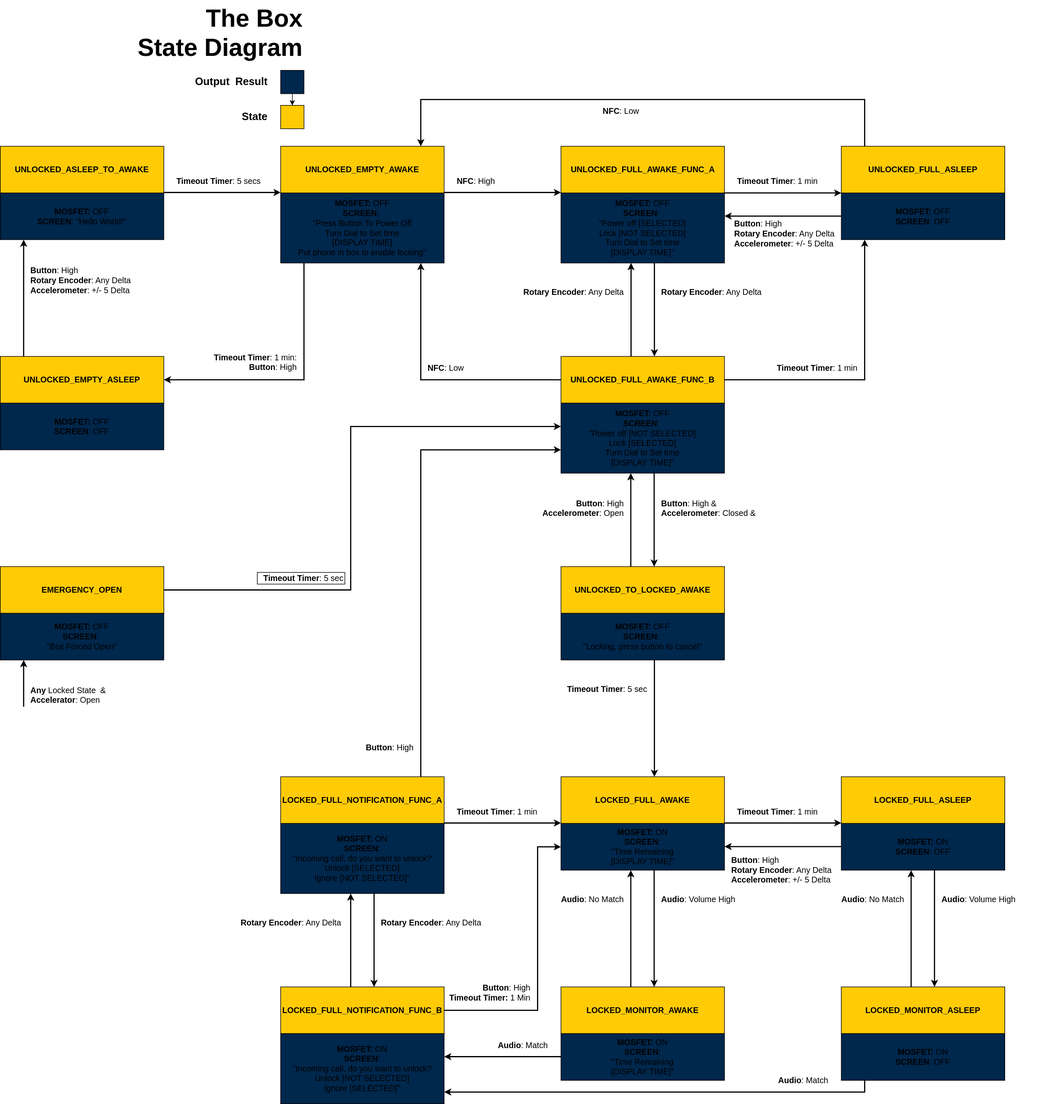
Before: graphics/StateDriagram.svg, a diagram exported from draw.io (ColinRiker/373Project_PhoneLockBox). Source tidied: cells renumbered, new cells last; positions are measured from the earlier drawing's top-left corner, leaving out a move shared by most shapes.
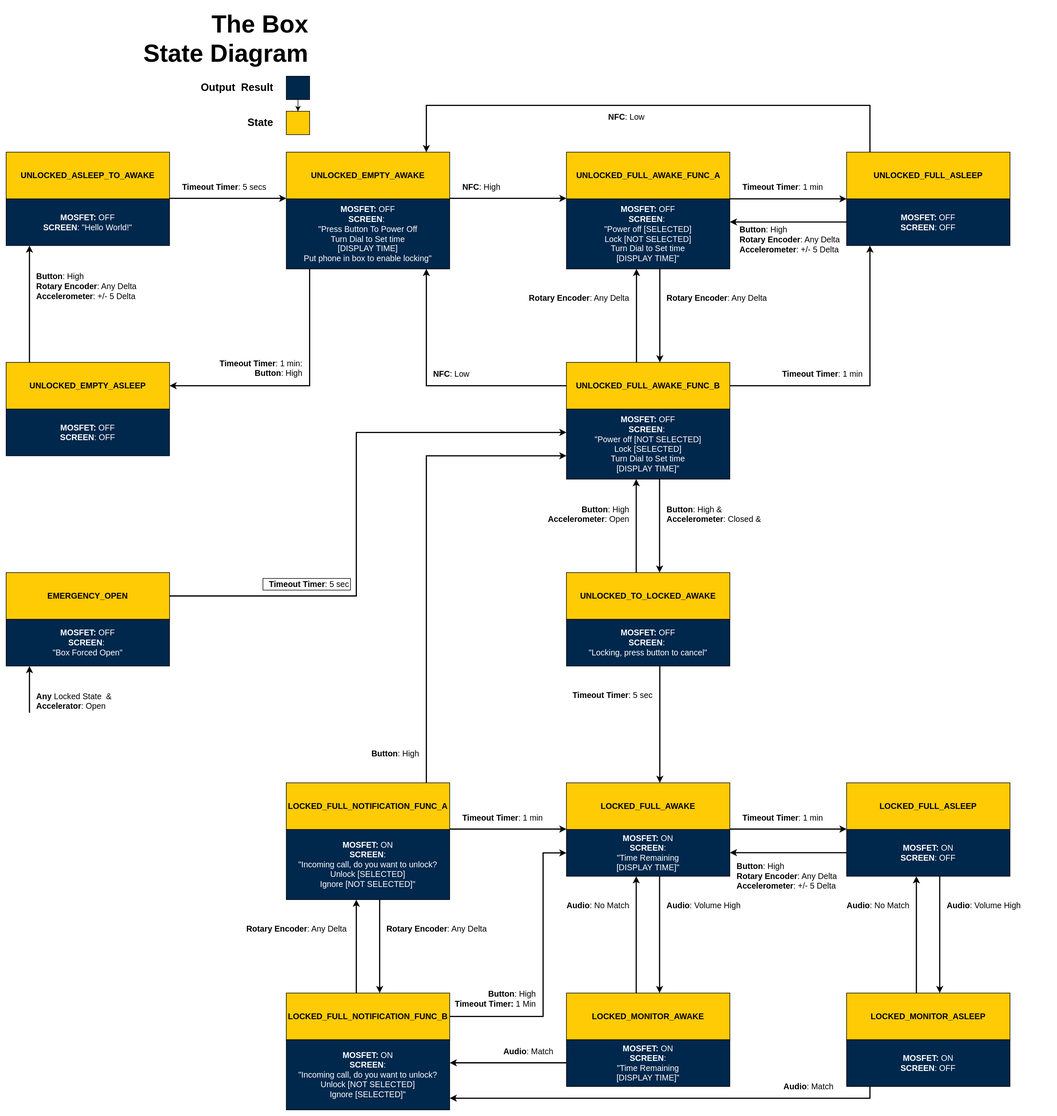
After the change.

What changed in the source:
```diff
@@ -56,16 +56,16 @@
     <mxCell id="19" value="&lt;span style=&quot;font-size: 14px;&quot;&gt;EMERGENCY_OPEN&lt;/span&gt;" style="rounded=0;whiteSpace=wrap;html=1;fontStyle=1;fillColor=light-dark(#FFCB05,#FFCB05);strokeColor=light-dark(#000000,#000000);fontColor=light-dark(#000000,#000000);" parent="1" vertex="1">
       <mxGeometry y="970" width="280" height="80" as="geometry" />
     </mxCell>
-    <mxCell id="20" value="&lt;font style=&quot;font-size: 14px;&quot;&gt;&lt;b style=&quot;&quot;&gt;MOSFET:&lt;/b&gt; OFF&lt;br&gt;&lt;b style=&quot;&quot;&gt;SCREEN&lt;/b&gt;: OFF&lt;/font&gt;" style="rounded=0;whiteSpace=wrap;html=1;strokeColor=light-dark(#000000,#000000);fillColor=light-dark(#00274C,#00274C);fontColor=light-dark(#000000,#FFFFFF);" parent="1" vertex="1">
+    <mxCell id="20" value="&lt;font style=&quot;font-size: 14px; color: rgb(255, 255, 255);&quot;&gt;&lt;b style=&quot;&quot;&gt;MOSFET:&lt;/b&gt; OFF&lt;br&gt;&lt;b style=&quot;&quot;&gt;SCREEN&lt;/b&gt;: OFF&lt;/font&gt;" style="rounded=0;whiteSpace=wrap;html=1;strokeColor=light-dark(#000000,#000000);fillColor=light-dark(#00274C,#00274C);fontColor=light-dark(#000000,#FFFFFF);" parent="1" vertex="1">
       <mxGeometry y="690" width="280" height="80" as="geometry" />
     </mxCell>
-    <mxCell id="21" value="&lt;font style=&quot;font-size: 14px;&quot;&gt;&lt;b style=&quot;&quot;&gt;MOSFET:&lt;/b&gt; OFF&lt;br&gt;&lt;b style=&quot;&quot;&gt;SCREEN&lt;/b&gt;: &quot;Hello World!&quot;&lt;/font&gt;" style="rounded=0;whiteSpace=wrap;html=1;strokeColor=light-dark(#000000,#000000);fillColor=light-dark(#00274C,#00274C);fontColor=light-dark(#000000, #fcfcfc);" parent="1" vertex="1">
+    <mxCell id="21" value="&lt;font style=&quot;font-size: 14px; color: rgb(255, 255, 255);&quot;&gt;&lt;b style=&quot;&quot;&gt;MOSFET:&lt;/b&gt; OFF&lt;br&gt;&lt;b style=&quot;&quot;&gt;SCREEN&lt;/b&gt;: &quot;Hello World!&quot;&lt;/font&gt;" style="rounded=0;whiteSpace=wrap;html=1;strokeColor=light-dark(#000000,#000000);fillColor=light-dark(#00274C,#00274C);fontColor=light-dark(#000000, #fcfcfc);" parent="1" vertex="1">
       <mxGeometry y="330" width="280" height="80" as="geometry" />
     </mxCell>
-    <mxCell id="22" value="&lt;font style=&quot;font-size: 14px;&quot;&gt;&lt;b style=&quot;&quot;&gt;MOSFET:&lt;/b&gt; OFF&lt;br&gt;&lt;b style=&quot;&quot;&gt;SCREEN&lt;/b&gt;:&amp;nbsp;&lt;br&gt;&quot;Press Button To Power Off&lt;br&gt;Turn Dial to Set time&lt;br&gt;[DISPLAY TIME]&lt;br&gt;Put phone in box to enable locking&quot;&lt;/font&gt;" style="rounded=0;whiteSpace=wrap;html=1;strokeColor=light-dark(#000000,#000000);fillColor=light-dark(#00274C,#00274C);fontColor=light-dark(#000000,#F9F9F9);" parent="1" vertex="1">
+    <mxCell id="22" value="&lt;font style=&quot;font-size: 14px; color: rgb(255, 255, 255);&quot;&gt;&lt;b style=&quot;&quot;&gt;MOSFET:&lt;/b&gt; OFF&lt;br&gt;&lt;b style=&quot;&quot;&gt;SCREEN&lt;/b&gt;:&amp;nbsp;&lt;br&gt;&quot;Press Button To Power Off&lt;br&gt;Turn Dial to Set time&lt;br&gt;[DISPLAY TIME]&lt;br&gt;Put phone in box to enable locking&quot;&lt;/font&gt;" style="rounded=0;whiteSpace=wrap;html=1;strokeColor=light-dark(#000000,#000000);fillColor=light-dark(#00274C,#00274C);fontColor=light-dark(#000000,#F9F9F9);" parent="1" vertex="1">
       <mxGeometry x="480" y="330" width="280" height="120" as="geometry" />
     </mxCell>
-    <mxCell id="23" value="&lt;font style=&quot;font-size: 14px;&quot;&gt;&lt;b style=&quot;&quot;&gt;MOSFET:&lt;/b&gt; OFF&lt;br&gt;&lt;b style=&quot;&quot;&gt;SCREEN&lt;/b&gt;: OFF&lt;/font&gt;" style="rounded=0;whiteSpace=wrap;html=1;strokeColor=light-dark(#000000,#000000);fillColor=light-dark(#00274C,#00274C);fontColor=light-dark(#000000,#FFFFFF);" parent="1" vertex="1">
+    <mxCell id="23" value="&lt;font style=&quot;font-size: 14px; color: rgb(255, 255, 255);&quot;&gt;&lt;b style=&quot;&quot;&gt;MOSFET:&lt;/b&gt; OFF&lt;br&gt;&lt;b style=&quot;&quot;&gt;SCREEN&lt;/b&gt;: OFF&lt;/font&gt;" style="rounded=0;whiteSpace=wrap;html=1;strokeColor=light-dark(#000000,#000000);fillColor=light-dark(#00274C,#00274C);fontColor=light-dark(#000000,#FFFFFF);" parent="1" vertex="1">
       <mxGeometry x="1440" y="330" width="280" height="80" as="geometry" />
     </mxCell>
     <mxCell id="24" value="&lt;font style=&quot;font-size: 14px;&quot;&gt;UNLOCKED_FULL_AWAKE_FUNC_B&lt;/font&gt;" style="rounded=0;whiteSpace=wrap;html=1;fontStyle=1;fillColor=light-dark(#FFCB05,#FFCB05);strokeColor=light-dark(#000000,#000000);fontColor=light-dark(#000000,#000000);" parent="1" vertex="1">
@@ -74,34 +74,34 @@
     <mxCell id="25" value="&lt;font style=&quot;font-size: 14px;&quot;&gt;LOCKED_FULL_NOTIFICATION_FUNC_B&lt;/font&gt;" style="rounded=0;whiteSpace=wrap;html=1;fontStyle=1;fillColor=light-dark(#FFCB05,#FFCB05);strokeColor=light-dark(#000000,#000000);fontColor=light-dark(#000000,#000000);" parent="1" vertex="1">
       <mxGeometry x="480" y="1690" width="280" height="80" as="geometry" />
     </mxCell>
-    <mxCell id="26" value="&lt;font style=&quot;font-size: 14px;&quot;&gt;&lt;b style=&quot;&quot;&gt;MOSFET:&lt;/b&gt; OFF&lt;br&gt;&lt;b style=&quot;&quot;&gt;SCREEN&lt;/b&gt;:&amp;nbsp;&lt;br&gt;&quot;Power off [SELECTED]&lt;br&gt;Lock [NOT SELECTED]&lt;br&gt;Turn Dial to Set time&lt;br&gt;[DISPLAY TIME]&quot;&lt;/font&gt;" style="rounded=0;whiteSpace=wrap;html=1;strokeColor=light-dark(#000000,#000000);fillColor=light-dark(#00274C,#00274C);fontColor=light-dark(#000000, #ffffff);" parent="1" vertex="1">
+    <mxCell id="26" value="&lt;font style=&quot;font-size: 14px; color: rgb(255, 255, 255);&quot;&gt;&lt;b style=&quot;&quot;&gt;MOSFET:&lt;/b&gt; OFF&lt;br&gt;&lt;b style=&quot;&quot;&gt;SCREEN&lt;/b&gt;:&amp;nbsp;&lt;br&gt;&quot;Power off [SELECTED]&lt;br&gt;Lock [NOT SELECTED]&lt;br&gt;Turn Dial to Set time&lt;br&gt;[DISPLAY TIME]&quot;&lt;/font&gt;" style="rounded=0;whiteSpace=wrap;html=1;strokeColor=light-dark(#000000,#000000);fillColor=light-dark(#00274C,#00274C);fontColor=light-dark(#000000, #ffffff);" parent="1" vertex="1">
       <mxGeometry x="960" y="330" width="280" height="120" as="geometry" />
     </mxCell>
-    <mxCell id="27" value="&lt;font style=&quot;font-size: 14px;&quot;&gt;&lt;b style=&quot;&quot;&gt;MOSFET:&lt;/b&gt; OFF&lt;br&gt;&lt;b style=&quot;&quot;&gt;SCREEN&lt;/b&gt;:&amp;nbsp;&lt;br&gt;&quot;Power off [NOT SELECTED]&lt;br&gt;Lock [SELECTED]&lt;br&gt;Turn Dial to Set time&lt;br&gt;[DISPLAY TIME]&quot;&lt;/font&gt;" style="rounded=0;whiteSpace=wrap;html=1;strokeColor=light-dark(#000000,#000000);fillColor=light-dark(#00274C,#00274C);fontColor=light-dark(#000000, #ffffff);" parent="1" vertex="1">
+    <mxCell id="27" value="&lt;font style=&quot;font-size: 14px; color: rgb(255, 255, 255);&quot;&gt;&lt;b style=&quot;&quot;&gt;MOSFET:&lt;/b&gt; OFF&lt;br&gt;&lt;b style=&quot;&quot;&gt;SCREEN&lt;/b&gt;:&amp;nbsp;&lt;br&gt;&quot;Power off [NOT SELECTED]&lt;br&gt;Lock [SELECTED]&lt;br&gt;Turn Dial to Set time&lt;br&gt;[DISPLAY TIME]&quot;&lt;/font&gt;" style="rounded=0;whiteSpace=wrap;html=1;strokeColor=light-dark(#000000,#000000);fillColor=light-dark(#00274C,#00274C);fontColor=light-dark(#000000, #ffffff);" parent="1" vertex="1">
       <mxGeometry x="960" y="690" width="280" height="120" as="geometry" />
     </mxCell>
-    <mxCell id="28" value="&lt;font style=&quot;font-size: 14px;&quot;&gt;&lt;b style=&quot;&quot;&gt;MOSFET:&lt;/b&gt;&amp;nbsp;ON&lt;br&gt;&lt;b style=&quot;&quot;&gt;SCREEN&lt;/b&gt;:&lt;br&gt;&quot;Time Remaining&lt;br&gt;[DISPLAY TIME]&quot;&lt;/font&gt;" style="rounded=0;whiteSpace=wrap;html=1;strokeColor=light-dark(#000000,#000000);fillColor=light-dark(#00274C,#00274C);fontColor=light-dark(#000000,#FFFFFF);" parent="1" vertex="1">
+    <mxCell id="28" value="&lt;font style=&quot;font-size: 14px; color: rgb(255, 255, 255);&quot;&gt;&lt;b style=&quot;&quot;&gt;MOSFET:&lt;/b&gt;&amp;nbsp;ON&lt;br&gt;&lt;b style=&quot;&quot;&gt;SCREEN&lt;/b&gt;:&lt;br&gt;&quot;Time Remaining&lt;br&gt;[DISPLAY TIME]&quot;&lt;/font&gt;" style="rounded=0;whiteSpace=wrap;html=1;strokeColor=light-dark(#000000,#000000);fillColor=light-dark(#00274C,#00274C);fontColor=light-dark(#000000,#FFFFFF);" parent="1" vertex="1">
       <mxGeometry x="960" y="1410" width="280" height="80" as="geometry" />
     </mxCell>
-    <mxCell id="29" value="&lt;font style=&quot;font-size: 14px;&quot;&gt;&lt;b style=&quot;&quot;&gt;MOSFET:&lt;/b&gt;&amp;nbsp;ON&lt;br&gt;&lt;b style=&quot;&quot;&gt;SCREEN&lt;/b&gt;:&lt;br&gt;&quot;Time Remaining&lt;br&gt;[DISPLAY TIME]&quot;&lt;/font&gt;" style="rounded=0;whiteSpace=wrap;html=1;strokeColor=light-dark(#000000,#000000);fillColor=light-dark(#00274C,#00274C);fontColor=light-dark(#000000,#FFFFFF);" parent="1" vertex="1">
+    <mxCell id="29" value="&lt;font style=&quot;font-size: 14px; color: rgb(255, 255, 255);&quot;&gt;&lt;b style=&quot;&quot;&gt;MOSFET:&lt;/b&gt;&amp;nbsp;ON&lt;br&gt;&lt;b style=&quot;&quot;&gt;SCREEN&lt;/b&gt;:&lt;br&gt;&quot;Time Remaining&lt;br&gt;[DISPLAY TIME]&quot;&lt;/font&gt;" style="rounded=0;whiteSpace=wrap;html=1;strokeColor=light-dark(#000000,#000000);fillColor=light-dark(#00274C,#00274C);fontColor=light-dark(#000000,#FFFFFF);" parent="1" vertex="1">
       <mxGeometry x="960" y="1770" width="280" height="80" as="geometry" />
     </mxCell>
-    <mxCell id="30" value="&lt;font style=&quot;font-size: 14px;&quot;&gt;&lt;b style=&quot;&quot;&gt;MOSFET:&lt;/b&gt; ON&lt;br&gt;&lt;b style=&quot;&quot;&gt;SCREEN&lt;/b&gt;: OFF&lt;/font&gt;" style="rounded=0;whiteSpace=wrap;html=1;strokeColor=light-dark(#000000,#000000);fillColor=light-dark(#00274C,#00274C);fontColor=light-dark(#000000, #ffffff);" parent="1" vertex="1">
+    <mxCell id="30" value="&lt;font style=&quot;font-size: 14px; color: rgb(255, 255, 255);&quot;&gt;&lt;b style=&quot;&quot;&gt;MOSFET:&lt;/b&gt; ON&lt;br&gt;&lt;b style=&quot;&quot;&gt;SCREEN&lt;/b&gt;: OFF&lt;/font&gt;" style="rounded=0;whiteSpace=wrap;html=1;strokeColor=light-dark(#000000,#000000);fillColor=light-dark(#00274C,#00274C);fontColor=light-dark(#000000, #ffffff);" parent="1" vertex="1">
       <mxGeometry x="1440" y="1410" width="280" height="80" as="geometry" />
     </mxCell>
-    <mxCell id="31" value="&lt;font style=&quot;font-size: 14px;&quot;&gt;&lt;b style=&quot;&quot;&gt;MOSFET:&lt;/b&gt; ON&lt;br&gt;&lt;b style=&quot;&quot;&gt;SCREEN&lt;/b&gt;: OFF&lt;/font&gt;" style="rounded=0;whiteSpace=wrap;html=1;strokeColor=light-dark(#000000,#000000);fillColor=light-dark(#00274C,#00274C);fontColor=light-dark(#000000, #ffffff);" parent="1" vertex="1">
+    <mxCell id="31" value="&lt;font style=&quot;font-size: 14px; color: rgb(255, 255, 255);&quot;&gt;&lt;b style=&quot;&quot;&gt;MOSFET:&lt;/b&gt; ON&lt;br&gt;&lt;b style=&quot;&quot;&gt;SCREEN&lt;/b&gt;: OFF&lt;/font&gt;" style="rounded=0;whiteSpace=wrap;html=1;strokeColor=light-dark(#000000,#000000);fillColor=light-dark(#00274C,#00274C);fontColor=light-dark(#000000, #ffffff);" parent="1" vertex="1">
       <mxGeometry x="1440" y="1770" width="280" height="80" as="geometry" />
     </mxCell>
-    <mxCell id="32" value="&lt;font style=&quot;font-size: 14px;&quot;&gt;&lt;b style=&quot;&quot;&gt;MOSFET:&lt;/b&gt;&amp;nbsp;ON&lt;br&gt;&lt;b style=&quot;&quot;&gt;SCREEN&lt;/b&gt;:&lt;br&gt;&quot;Incoming call, do you want to unlock?&lt;br&gt;Unlock [SELECTED]&lt;br&gt;Ignore [NOT SELECTED]&quot;&lt;/font&gt;" style="rounded=0;whiteSpace=wrap;html=1;strokeColor=light-dark(#000000,#000000);fillColor=light-dark(#00274C,#00274C);fontColor=light-dark(#000000,#FFFFFF);" parent="1" vertex="1">
+    <mxCell id="32" value="&lt;font style=&quot;font-size: 14px; color: rgb(255, 255, 255);&quot;&gt;&lt;b style=&quot;&quot;&gt;MOSFET:&lt;/b&gt;&amp;nbsp;ON&lt;br&gt;&lt;b style=&quot;&quot;&gt;SCREEN&lt;/b&gt;:&lt;br&gt;&quot;Incoming call, do you want to unlock?&lt;br&gt;Unlock [SELECTED]&lt;br&gt;Ignore [NOT SELECTED]&quot;&lt;/font&gt;" style="rounded=0;whiteSpace=wrap;html=1;strokeColor=light-dark(#000000,#000000);fillColor=light-dark(#00274C,#00274C);fontColor=light-dark(#000000,#FFFFFF);" parent="1" vertex="1">
       <mxGeometry x="480" y="1410" width="280" height="120" as="geometry" />
     </mxCell>
-    <mxCell id="33" value="&lt;font style=&quot;font-size: 14px;&quot;&gt;&lt;b style=&quot;&quot;&gt;MOSFET:&lt;/b&gt;&amp;nbsp;ON&lt;br&gt;&lt;b style=&quot;&quot;&gt;SCREEN&lt;/b&gt;:&lt;br&gt;&quot;Incoming call, do you want to unlock?&lt;br&gt;Unlock [NOT SELECTED]&lt;br&gt;Ignore [SELECTED]&quot;&lt;/font&gt;" style="rounded=0;whiteSpace=wrap;html=1;strokeColor=light-dark(#000000,#000000);fillColor=light-dark(#00274C,#00274C);fontColor=light-dark(#000000,#FFFFFF);" parent="1" vertex="1">
+    <mxCell id="33" value="&lt;font style=&quot;font-size: 14px; color: rgb(255, 255, 255);&quot;&gt;&lt;b style=&quot;&quot;&gt;MOSFET:&lt;/b&gt;&amp;nbsp;ON&lt;br&gt;&lt;b style=&quot;&quot;&gt;SCREEN&lt;/b&gt;:&lt;br&gt;&quot;Incoming call, do you want to unlock?&lt;br&gt;Unlock [NOT SELECTED]&lt;br&gt;Ignore [SELECTED]&quot;&lt;/font&gt;" style="rounded=0;whiteSpace=wrap;html=1;strokeColor=light-dark(#000000,#000000);fillColor=light-dark(#00274C,#00274C);fontColor=light-dark(#000000,#FFFFFF);" parent="1" vertex="1">
       <mxGeometry x="480" y="1770" width="280" height="120" as="geometry" />
     </mxCell>
-    <mxCell id="34" value="&lt;font style=&quot;font-size: 14px;&quot;&gt;&lt;b style=&quot;&quot;&gt;MOSFET:&lt;/b&gt; OFF&lt;br&gt;&lt;b style=&quot;&quot;&gt;SCREEN&lt;/b&gt;:&amp;nbsp;&lt;br&gt;&quot;Locking, press button to cancel&quot;&lt;br&gt;&lt;/font&gt;" style="rounded=0;whiteSpace=wrap;html=1;strokeColor=light-dark(#000000,#000000);fillColor=light-dark(#00274C,#00274C);fontColor=light-dark(#000000,#FFFFFF);" parent="1" vertex="1">
+    <mxCell id="34" value="&lt;font style=&quot;font-size: 14px; color: rgb(255, 255, 255);&quot;&gt;&lt;b style=&quot;&quot;&gt;MOSFET:&lt;/b&gt; OFF&lt;br&gt;&lt;b style=&quot;&quot;&gt;SCREEN&lt;/b&gt;:&amp;nbsp;&lt;br&gt;&quot;Locking, press button to cancel&quot;&lt;br&gt;&lt;/font&gt;" style="rounded=0;whiteSpace=wrap;html=1;strokeColor=light-dark(#000000,#000000);fillColor=light-dark(#00274C,#00274C);fontColor=light-dark(#000000,#FFFFFF);" parent="1" vertex="1">
       <mxGeometry x="960" y="1050" width="280" height="80" as="geometry" />
     </mxCell>
-    <mxCell id="35" value="&lt;font style=&quot;font-size: 14px;&quot;&gt;&lt;b style=&quot;&quot;&gt;MOSFET:&lt;/b&gt; OFF&lt;br&gt;&lt;b style=&quot;&quot;&gt;SCREEN&lt;/b&gt;:&amp;nbsp;&lt;br&gt;&quot;Box Forced Open&quot;&lt;br&gt;&lt;/font&gt;" style="rounded=0;whiteSpace=wrap;html=1;strokeColor=light-dark(#000000,#000000);fillColor=light-dark(#00274C,#00274C);fontColor=light-dark(#000000, #ffffff);" parent="1" vertex="1">
+    <mxCell id="35" value="&lt;font style=&quot;font-size: 14px; color: rgb(255, 255, 255);&quot;&gt;&lt;b style=&quot;&quot;&gt;MOSFET:&lt;/b&gt; OFF&lt;br&gt;&lt;b style=&quot;&quot;&gt;SCREEN&lt;/b&gt;:&amp;nbsp;&lt;br&gt;&quot;Box Forced Open&quot;&lt;br&gt;&lt;/font&gt;" style="rounded=0;whiteSpace=wrap;html=1;strokeColor=light-dark(#000000,#000000);fillColor=light-dark(#00274C,#00274C);fontColor=light-dark(#000000, #ffffff);" parent="1" vertex="1">
       <mxGeometry y="1050" width="280" height="80" as="geometry" />
     </mxCell>
     <mxCell id="36" value="&lt;font style=&quot;font-size: 14px;&quot;&gt;&lt;b style=&quot;&quot;&gt;Button&lt;/b&gt;: High&lt;br&gt;&lt;b style=&quot;&quot;&gt;Rotary Encoder&lt;/b&gt;: Any Delta&lt;br&gt;&lt;/font&gt;&lt;div&gt;&lt;font style=&quot;font-size: 14px;&quot;&gt;&lt;b style=&quot;background-color: transparent;&quot;&gt;Accelerometer&lt;/b&gt;: +/- 5 Delta&lt;/font&gt;&lt;/div&gt;" style="text;html=1;align=left;verticalAlign=middle;whiteSpace=wrap;rounded=0;fontColor=light-dark(#000000,#000000);strokeColor=none;" parent="1" vertex="1">
```
